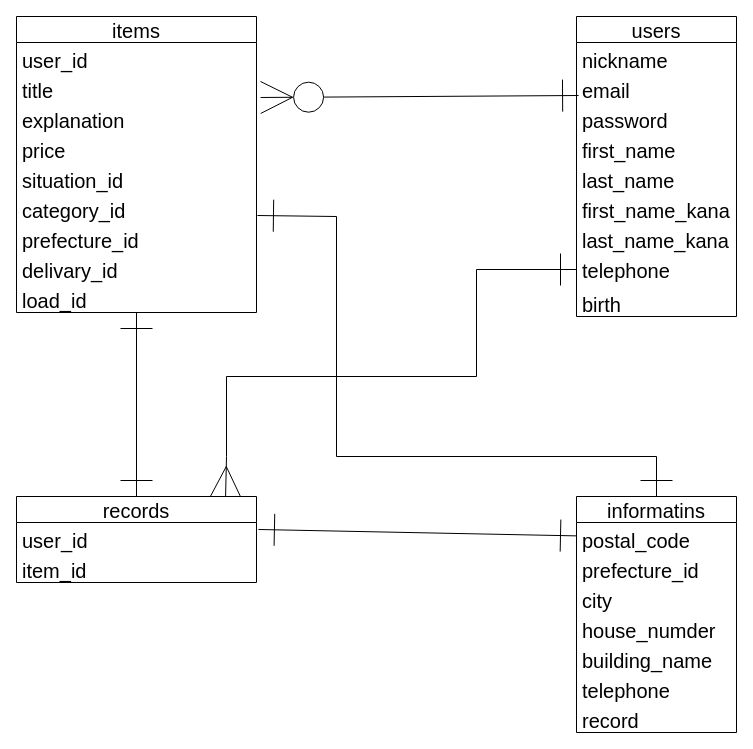
This is furima.dio from ennkai/furima-39962, a draw.io file, before an edit. Source tidied: cells renumbered, new cells numbered last; positions are measured from the earlier drawing's top-left corner, leaving out a move shared by most shapes. Both pictures are drawn from the tidied source at 100%, with x=0, y=0 at pixel (16, 16).
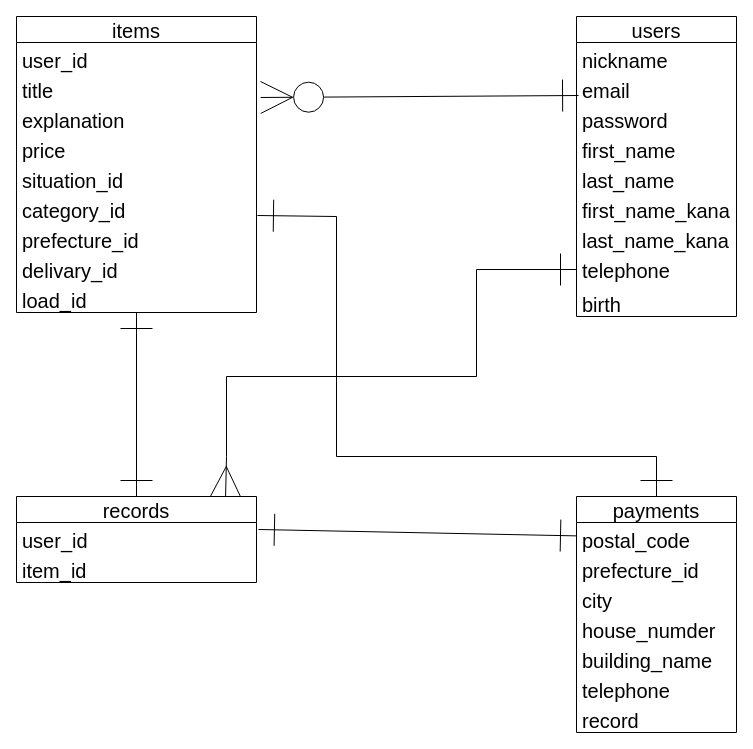
The same page after the edit.

The edit, as a diff of the source:
```diff
@@
-    <mxCell id="14" value="informatins" style="swimlane;fontStyle=0;horizontal=1;startSize=26;align=center;fontSize=20;" parent="1" vertex="1">
+    <mxCell id="14" value="payments" style="swimlane;fontStyle=0;horizontal=1;startSize=26;align=center;fontSize=20;" parent="1" vertex="1">
       <mxGeometry x="560" y="480" width="160" height="236" as="geometry" />
     </mxCell>
```
